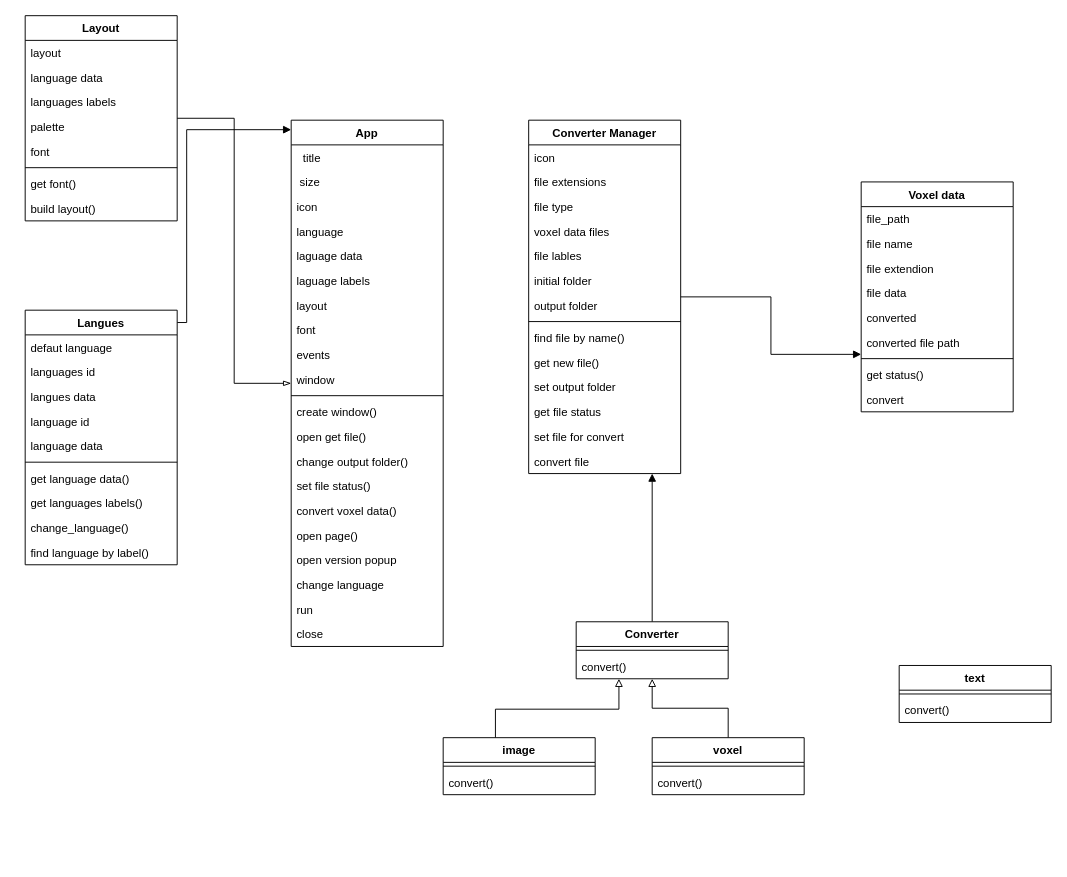
The draw.io diagram diagrams/class diagram.drawio in NunoLima10/Mini-World-Auto-Builder, before the edit. Source tidied: cells renumbered, new cells numbered last; positions are measured from the earlier drawing's top-left corner, leaving out a move shared by most shapes. Both pictures are drawn from the tidied source at 95%, with x=0, y=0 at pixel (25, 15).
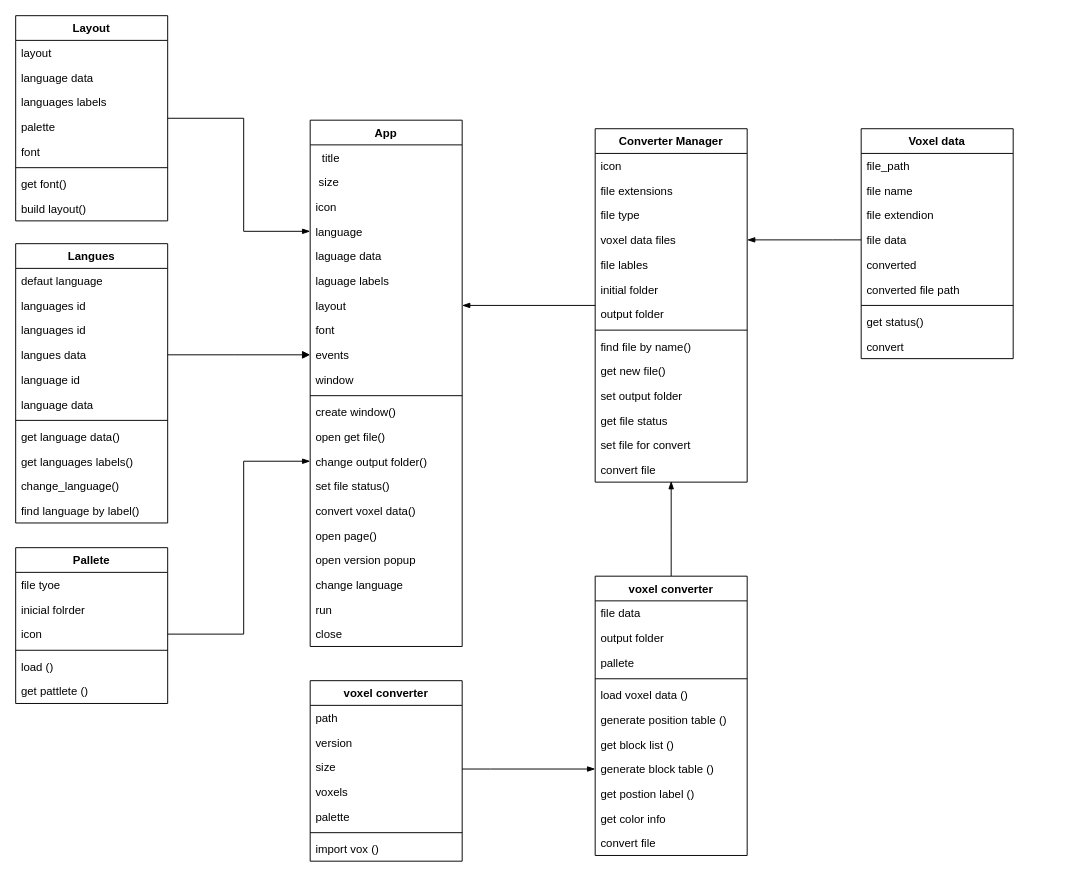
The same page after the edit.

The change refers to these unchanged cells:
```xml
<mxCell id="6" value="language" style="text;strokeColor=none;fillColor=none;align=left;verticalAlign=top;spacingLeft=4;spacingRight=4;overflow=hidden;points=[[0,0.5],[1,0.5]];portConstraint=eastwest;" parent="2" vertex="1">
  <mxGeometry y="104" width="160" height="26" as="geometry" />
</mxCell>
<mxCell id="9" value="layout&#10;" style="text;strokeColor=none;fillColor=none;align=left;verticalAlign=top;spacingLeft=4;spacingRight=4;overflow=hidden;points=[[0,0.5],[1,0.5]];portConstraint=eastwest;" parent="2" vertex="1">
  <mxGeometry y="182" width="160" height="26" as="geometry" />
</mxCell>
<mxCell id="11" value="events" style="text;strokeColor=none;fillColor=none;align=left;verticalAlign=top;spacingLeft=4;spacingRight=4;overflow=hidden;points=[[0,0.5],[1,0.5]];portConstraint=eastwest;" parent="2" vertex="1">
  <mxGeometry y="234" width="160" height="26" as="geometry" />
</mxCell>
<mxCell id="16" value="change output folder()" style="text;strokeColor=none;fillColor=none;align=left;verticalAlign=top;spacingLeft=4;spacingRight=4;overflow=hidden;points=[[0,0.5],[1,0.5]];portConstraint=eastwest;" parent="2" vertex="1">
  <mxGeometry y="346" width="160" height="26" as="geometry" />
</mxCell>
<mxCell id="39" value="voxel data files" style="text;strokeColor=none;fillColor=none;align=left;verticalAlign=top;spacingLeft=4;spacingRight=4;overflow=hidden;points=[[0,0.5],[1,0.5]];portConstraint=eastwest;" parent="35" vertex="1">
  <mxGeometry y="104" width="160" height="26" as="geometry" />
</mxCell>
```

Change to the diagram source:
```diff
@@
     <mxCell id="2" value="App" style="swimlane;fontStyle=1;align=center;verticalAlign=top;horizontal=1;startSize=26;" parent="1" vertex="1">
-      <mxGeometry x="280" y="110" width="160" height="554" as="geometry" />
+      <mxGeometry x="300" y="110" width="160" height="554" as="geometry" />
     </mxCell>
@@
+    <mxCell id="87" style="edgeStyle=orthogonalEdgeStyle;rounded=0;jettySize=auto;html=1;entryX=1;entryY=0.5;entryDx=0;entryDy=0;endArrow=blockThin;endFill=1;" parent="1" edge="1" source="24" target="39">
+      <mxGeometry relative="1" as="geometry">
+        <Array as="points">
+          <mxPoint x="850" y="236" />
+          <mxPoint x="850" y="236" />
+        </Array>
+      </mxGeometry>
+    </mxCell>
     <mxCell id="24" value="Voxel data" style="swimlane;fontStyle=1;align=center;verticalAlign=top;horizontal=1;startSize=26;" parent="1" vertex="1">
-      <mxGeometry x="880" y="175" width="160" height="242" as="geometry" />
+      <mxGeometry x="880" y="119" width="160" height="242" as="geometry" />
     </mxCell>
@@
-    <mxCell id="34" style="edgeStyle=orthogonalEdgeStyle;rounded=0;jettySize=auto;html=1;entryX=0;entryY=0.75;entryDx=0;entryDy=0;endArrow=block;endFill=1;" parent="1" edge="1" source="35" target="24">
-      <mxGeometry relative="1" as="geometry" />
-    </mxCell>
+    <mxCell id="88" style="edgeStyle=orthogonalEdgeStyle;rounded=0;jettySize=auto;html=1;endArrow=blockThin;endFill=1;" parent="1" edge="1" source="35" target="9">
+      <mxGeometry relative="1" as="geometry" />
+    </mxCell>
     <mxCell id="35" value="Converter Manager" style="swimlane;fontStyle=1;align=center;verticalAlign=top;horizontal=1;startSize=26;" parent="1" vertex="1">
-      <mxGeometry x="530" y="110" width="160" height="372" as="geometry" />
+      <mxGeometry x="600" y="119" width="160" height="372" as="geometry" />
     </mxCell>
@@
-    <mxCell id="50" style="edgeStyle=orthogonalEdgeStyle;rounded=0;jettySize=auto;html=1;entryX=0;entryY=0.5;entryDx=0;entryDy=0;endArrow=blockThin;endFill=0;" parent="1" edge="1" source="51" target="2">
-      <mxGeometry relative="1" as="geometry" />
+    <mxCell id="50" style="edgeStyle=orthogonalEdgeStyle;rounded=0;jettySize=auto;html=1;endArrow=blockThin;endFill=1;entryX=0;entryY=0.5;entryDx=0;entryDy=0;" parent="1" edge="1" source="51" target="6">
+      <mxGeometry relative="1" as="geometry">
+        <Array as="points">
+          <mxPoint x="230" y="108" />
+          <mxPoint x="230" y="227" />
+        </Array>
+      </mxGeometry>
     </mxCell>
     <mxCell id="51" value="Layout" style="swimlane;fontStyle=1;align=center;verticalAlign=top;horizontal=1;startSize=26;" parent="1" vertex="1">
-      <mxGeometry width="160" height="216" as="geometry" />
+      <mxGeometry x="-10" width="160" height="216" as="geometry" />
     </mxCell>
@@
-    <mxCell id="60" style="edgeStyle=orthogonalEdgeStyle;rounded=0;jettySize=auto;html=1;endArrow=block;endFill=1;" parent="1" edge="1" source="61">
+    <mxCell id="60" style="edgeStyle=orthogonalEdgeStyle;rounded=0;jettySize=auto;html=1;endArrow=block;endFill=1;entryX=0;entryY=0.5;entryDx=0;entryDy=0;" parent="1" edge="1" source="61" target="11">
       <mxGeometry relative="1" as="geometry">
-        <mxPoint x="280" y="120" as="targetPoint" />
         <Array as="points">
-          <mxPoint x="170" y="323" />
-          <mxPoint x="170" y="120" />
+          <mxPoint x="220" y="357" />
+          <mxPoint x="220" y="357" />
         </Array>
       </mxGeometry>
     </mxCell>
     <mxCell id="61" value="Langues" style="swimlane;fontStyle=1;align=center;verticalAlign=top;horizontal=1;startSize=26;" parent="1" vertex="1">
-      <mxGeometry y="310" width="160" height="268" as="geometry" />
+      <mxGeometry x="-10" y="240" width="160" height="294" as="geometry" />
     </mxCell>
@@
+    <mxCell id="89" value="languages id" style="text;strokeColor=none;fillColor=none;align=left;verticalAlign=top;spacingLeft=4;spacingRight=4;overflow=hidden;" parent="61" vertex="1">
+      <mxGeometry y="78" width="160" height="26" as="geometry" />
+    </mxCell>
     <mxCell id="64" value="langues data" style="text;strokeColor=none;fillColor=none;align=left;verticalAlign=top;spacingLeft=4;spacingRight=4;overflow=hidden;" parent="61" vertex="1">
-      <mxGeometry y="78" width="160" height="26" as="geometry" />
+      <mxGeometry y="104" width="160" height="26" as="geometry" />
     </mxCell>
     <mxCell id="65" value="language id" style="text;strokeColor=none;fillColor=none;align=left;verticalAlign=top;spacingLeft=4;spacingRight=4;overflow=hidden;" parent="61" vertex="1">
-      <mxGeometry y="104" width="160" height="26" as="geometry" />
+      <mxGeometry y="130" width="160" height="26" as="geometry" />
     </mxCell>
     <mxCell id="66" value="language data" style="text;strokeColor=none;fillColor=none;align=left;verticalAlign=top;spacingLeft=4;spacingRight=4;overflow=hidden;" parent="61" vertex="1">
-      <mxGeometry y="130" width="160" height="26" as="geometry" />
+      <mxGeometry y="156" width="160" height="26" as="geometry" />
     </mxCell>
     <mxCell id="67" style="line;strokeWidth=1;fillColor=none;align=left;verticalAlign=middle;spacingTop=-1;spacingLeft=3;spacingRight=3;labelPosition=right;" parent="61" vertex="1">
-      <mxGeometry y="156" width="160" height="8" as="geometry" />
+      <mxGeometry y="182" width="160" height="8" as="geometry" />
     </mxCell>
     <mxCell id="68" value="get language data()" style="text;strokeColor=none;fillColor=none;align=left;verticalAlign=top;spacingLeft=4;spacingRight=4;overflow=hidden;" parent="61" vertex="1">
-      <mxGeometry y="164" width="160" height="26" as="geometry" />
+      <mxGeometry y="190" width="160" height="26" as="geometry" />
     </mxCell>
     <mxCell id="69" value="get languages labels()" style="text;strokeColor=none;fillColor=none;align=left;verticalAlign=top;spacingLeft=4;spacingRight=4;overflow=hidden;" parent="61" vertex="1">
-      <mxGeometry y="190" width="160" height="26" as="geometry" />
+      <mxGeometry y="216" width="160" height="26" as="geometry" />
     </mxCell>
     <mxCell id="70" value="change_language()" style="text;strokeColor=none;fillColor=none;align=left;verticalAlign=top;spacingLeft=4;spacingRight=4;overflow=hidden;" parent="61" vertex="1">
-      <mxGeometry y="216" width="160" height="26" as="geometry" />
+      <mxGeometry y="242" width="160" height="26" as="geometry" />
     </mxCell>
     <mxCell id="71" value="find language by label()" style="text;strokeColor=none;fillColor=none;align=left;verticalAlign=top;spacingLeft=4;spacingRight=4;overflow=hidden;" parent="61" vertex="1">
-      <mxGeometry y="242" width="160" height="26" as="geometry" />
+      <mxGeometry y="268" width="160" height="26" as="geometry" />
     </mxCell>
-    <mxCell id="72" style="edgeStyle=orthogonalEdgeStyle;rounded=0;jettySize=auto;html=1;endArrow=block;endFill=1;" parent="1" edge="1" source="73" target="35">
-      <mxGeometry relative="1" as="geometry">
-        <Array as="points">
-          <mxPoint x="600" y="260" />
-          <mxPoint x="600" y="260" />
-        </Array>
-      </mxGeometry>
-    </mxCell>
-    <mxCell id="73" value="Converter" style="swimlane;fontStyle=1;align=center;verticalAlign=top;horizontal=1;startSize=26;" parent="1" vertex="1">
-      <mxGeometry x="580" y="638" width="160" height="60" as="geometry" />
-    </mxCell>
-    <mxCell id="74" style="line;strokeWidth=1;fillColor=none;align=left;verticalAlign=middle;spacingTop=-1;spacingLeft=3;spacingRight=3;labelPosition=right;" parent="73" vertex="1">
-      <mxGeometry y="26" width="160" height="8" as="geometry" />
-    </mxCell>
-    <mxCell id="75" value="convert()" style="text;strokeColor=none;fillColor=none;align=left;verticalAlign=top;spacingLeft=4;spacingRight=4;overflow=hidden;points=[[0,0.5],[1,0.5]];portConstraint=eastwest;" parent="73" vertex="1">
-      <mxGeometry y="34" width="160" height="26" as="geometry" />
-    </mxCell>
-    <mxCell id="76" style="edgeStyle=orthogonalEdgeStyle;rounded=0;jettySize=auto;html=1;endArrow=block;endFill=0;" parent="1" edge="1" source="77" target="75">
-      <mxGeometry relative="1" as="geometry">
-        <Array as="points">
-          <mxPoint x="495" y="730" />
-          <mxPoint x="625" y="730" />
-        </Array>
-      </mxGeometry>
-    </mxCell>
-    <mxCell id="77" value="image" style="swimlane;fontStyle=1;align=center;verticalAlign=top;horizontal=1;startSize=26;" parent="1" vertex="1">
-      <mxGeometry x="440" y="760" width="160" height="60" as="geometry" />
-    </mxCell>
-    <mxCell id="78" style="line;strokeWidth=1;fillColor=none;align=left;verticalAlign=middle;spacingTop=-1;spacingLeft=3;spacingRight=3;labelPosition=right;" parent="77" vertex="1">
-      <mxGeometry y="26" width="160" height="8" as="geometry" />
-    </mxCell>
+    <mxCell id="90" style="edgeStyle=orthogonalEdgeStyle;rounded=0;jettySize=auto;html=1;endArrow=blockThin;endFill=1;" parent="1" edge="1" source="81">
+      <mxGeometry relative="1" as="geometry">
+        <mxPoint x="680" y="490" as="targetPoint" />
+      </mxGeometry>
+    </mxCell>
+    <mxCell id="81" value="voxel converter" style="swimlane;fontStyle=1;align=center;verticalAlign=top;horizontal=1;startSize=26;" parent="1" vertex="1">
+      <mxGeometry x="600" y="590" width="160" height="294" as="geometry" />
+    </mxCell>
-    <mxCell id="79" value="convert()" style="text;strokeColor=none;fillColor=none;align=left;verticalAlign=top;spacingLeft=4;spacingRight=4;overflow=hidden;" parent="77" vertex="1">
-      <mxGeometry y="34" width="160" height="26" as="geometry" />
+    <mxCell id="79" value="file data" style="text;strokeColor=none;fillColor=none;align=left;verticalAlign=top;spacingLeft=4;spacingRight=4;overflow=hidden;" parent="81" vertex="1">
+      <mxGeometry y="26" width="160" height="26" as="geometry" />
     </mxCell>
-    <mxCell id="80" style="edgeStyle=orthogonalEdgeStyle;rounded=0;jettySize=auto;html=1;entryX=0.5;entryY=1;entryDx=0;entryDy=0;endArrow=block;endFill=0;" parent="1" edge="1" source="81" target="73">
-      <mxGeometry relative="1" as="geometry" />
-    </mxCell>
-    <mxCell id="81" value="voxel" style="swimlane;fontStyle=1;align=center;verticalAlign=top;horizontal=1;startSize=26;" parent="1" vertex="1">
-      <mxGeometry x="660" y="760" width="160" height="60" as="geometry" />
-    </mxCell>
+    <mxCell id="91" value="output folder" style="text;strokeColor=none;fillColor=none;align=left;verticalAlign=top;spacingLeft=4;spacingRight=4;overflow=hidden;" parent="81" vertex="1">
+      <mxGeometry y="52" width="160" height="26" as="geometry" />
+    </mxCell>
+    <mxCell id="92" value="pallete" style="text;strokeColor=none;fillColor=none;align=left;verticalAlign=top;spacingLeft=4;spacingRight=4;overflow=hidden;" parent="81" vertex="1">
+      <mxGeometry y="78" width="160" height="26" as="geometry" />
+    </mxCell>
     <mxCell id="82" style="line;strokeWidth=1;fillColor=none;align=left;verticalAlign=middle;spacingTop=-1;spacingLeft=3;spacingRight=3;labelPosition=right;" parent="81" vertex="1">
-      <mxGeometry y="26" width="160" height="8" as="geometry" />
+      <mxGeometry y="104" width="160" height="8" as="geometry" />
     </mxCell>
-    <mxCell id="83" value="convert()" style="text;strokeColor=none;fillColor=none;align=left;verticalAlign=top;spacingLeft=4;spacingRight=4;overflow=hidden;" parent="81" vertex="1">
-      <mxGeometry y="34" width="160" height="26" as="geometry" />
+    <mxCell id="83" value="load voxel data ()" style="text;strokeColor=none;fillColor=none;align=left;verticalAlign=top;spacingLeft=4;spacingRight=4;overflow=hidden;" parent="81" vertex="1">
+      <mxGeometry y="112" width="160" height="26" as="geometry" />
     </mxCell>
-    <mxCell id="84" value="text" style="swimlane;fontStyle=1;align=center;verticalAlign=top;horizontal=1;startSize=26;" parent="1" vertex="1">
-      <mxGeometry x="920" y="684" width="160" height="60" as="geometry" />
-    </mxCell>
-    <mxCell id="85" style="line;strokeWidth=1;fillColor=none;align=left;verticalAlign=middle;spacingTop=-1;spacingLeft=3;spacingRight=3;labelPosition=right;" parent="84" vertex="1">
-      <mxGeometry y="26" width="160" height="8" as="geometry" />
-    </mxCell>
-    <mxCell id="86" value="convert()" style="text;strokeColor=none;fillColor=none;align=left;verticalAlign=top;spacingLeft=4;spacingRight=4;overflow=hidden;" parent="84" vertex="1">
-      <mxGeometry y="34" width="160" height="26" as="geometry" />
-    </mxCell>
+    <mxCell id="93" value="generate position table ()" style="text;strokeColor=none;fillColor=none;align=left;verticalAlign=top;spacingLeft=4;spacingRight=4;overflow=hidden;" parent="81" vertex="1">
+      <mxGeometry y="138" width="160" height="26" as="geometry" />
+    </mxCell>
+    <mxCell id="94" value="get block list () " style="text;strokeColor=none;fillColor=none;align=left;verticalAlign=top;spacingLeft=4;spacingRight=4;overflow=hidden;" parent="81" vertex="1">
+      <mxGeometry y="164" width="160" height="26" as="geometry" />
+    </mxCell>
+    <mxCell id="95" value="generate block table ()" style="text;strokeColor=none;fillColor=none;align=left;verticalAlign=top;spacingLeft=4;spacingRight=4;overflow=hidden;points=[[0,0.5],[1,0.5]];portConstraint=eastwest;" parent="81" vertex="1">
+      <mxGeometry y="190" width="160" height="26" as="geometry" />
+    </mxCell>
+    <mxCell id="96" value="get postion label ()" style="text;strokeColor=none;fillColor=none;align=left;verticalAlign=top;spacingLeft=4;spacingRight=4;overflow=hidden;" parent="81" vertex="1">
+      <mxGeometry y="216" width="160" height="26" as="geometry" />
+    </mxCell>
+    <mxCell id="97" value="get color info" style="text;strokeColor=none;fillColor=none;align=left;verticalAlign=top;spacingLeft=4;spacingRight=4;overflow=hidden;" parent="81" vertex="1">
+      <mxGeometry y="242" width="160" height="26" as="geometry" />
+    </mxCell>
+    <mxCell id="98" value="convert file" style="text;strokeColor=none;fillColor=none;align=left;verticalAlign=top;spacingLeft=4;spacingRight=4;overflow=hidden;" parent="81" vertex="1">
+      <mxGeometry y="268" width="160" height="26" as="geometry" />
+    </mxCell>
+    <mxCell id="99" value="Pallete" style="swimlane;fontStyle=1;align=center;verticalAlign=top;horizontal=1;startSize=26;" parent="1" vertex="1">
+      <mxGeometry x="-10" y="560" width="160" height="164" as="geometry" />
+    </mxCell>
+    <mxCell id="100" value="file tyoe" style="text;strokeColor=none;fillColor=none;align=left;verticalAlign=top;spacingLeft=4;spacingRight=4;overflow=hidden;" parent="99" vertex="1">
+      <mxGeometry y="26" width="160" height="26" as="geometry" />
+    </mxCell>
+    <mxCell id="101" value="inicial folrder" style="text;strokeColor=none;fillColor=none;align=left;verticalAlign=top;spacingLeft=4;spacingRight=4;overflow=hidden;" parent="99" vertex="1">
+      <mxGeometry y="52" width="160" height="26" as="geometry" />
+    </mxCell>
+    <mxCell id="102" value="icon" style="text;strokeColor=none;fillColor=none;align=left;verticalAlign=top;spacingLeft=4;spacingRight=4;overflow=hidden;points=[[0,0.5],[1,0.5]];portConstraint=eastwest;" parent="99" vertex="1">
+      <mxGeometry y="78" width="160" height="26" as="geometry" />
+    </mxCell>
+    <mxCell id="103" style="line;strokeWidth=1;fillColor=none;align=left;verticalAlign=middle;spacingTop=-1;spacingLeft=3;spacingRight=3;labelPosition=right;" parent="99" vertex="1">
+      <mxGeometry y="104" width="160" height="8" as="geometry" />
+    </mxCell>
+    <mxCell id="104" value="load ()" style="text;strokeColor=none;fillColor=none;align=left;verticalAlign=top;spacingLeft=4;spacingRight=4;overflow=hidden;" parent="99" vertex="1">
+      <mxGeometry y="112" width="160" height="26" as="geometry" />
+    </mxCell>
+    <mxCell id="105" value="get pattlete ()" style="text;strokeColor=none;fillColor=none;align=left;verticalAlign=top;spacingLeft=4;spacingRight=4;overflow=hidden;" parent="99" vertex="1">
+      <mxGeometry y="138" width="160" height="26" as="geometry" />
+    </mxCell>
+    <mxCell id="106" style="edgeStyle=orthogonalEdgeStyle;rounded=0;jettySize=auto;html=1;endArrow=blockThin;endFill=1;" parent="1" edge="1" source="102" target="16">
+      <mxGeometry relative="1" as="geometry">
+        <Array as="points">
+          <mxPoint x="230" y="651" />
+          <mxPoint x="230" y="469" />
+        </Array>
+      </mxGeometry>
+    </mxCell>
+    <mxCell id="107" style="edgeStyle=orthogonalEdgeStyle;rounded=0;jettySize=auto;html=1;entryX=0;entryY=0.5;entryDx=0;entryDy=0;endArrow=blockThin;endFill=1;" parent="1" edge="1" source="108" target="95">
+      <mxGeometry relative="1" as="geometry">
+        <Array as="points">
+          <mxPoint x="490" y="793" />
+          <mxPoint x="490" y="793" />
+        </Array>
+      </mxGeometry>
+    </mxCell>
+    <mxCell id="108" value="voxel converter" style="swimlane;fontStyle=1;align=center;verticalAlign=top;horizontal=1;startSize=26;" parent="1" vertex="1">
+      <mxGeometry x="300" y="700" width="160" height="190" as="geometry" />
+    </mxCell>
+    <mxCell id="109" value="path" style="text;strokeColor=none;fillColor=none;align=left;verticalAlign=top;spacingLeft=4;spacingRight=4;overflow=hidden;" parent="108" vertex="1">
+      <mxGeometry y="26" width="160" height="26" as="geometry" />
+    </mxCell>
+    <mxCell id="110" value="version" style="text;strokeColor=none;fillColor=none;align=left;verticalAlign=top;spacingLeft=4;spacingRight=4;overflow=hidden;" parent="108" vertex="1">
+      <mxGeometry y="52" width="160" height="26" as="geometry" />
+    </mxCell>
+    <mxCell id="111" value="size" style="text;strokeColor=none;fillColor=none;align=left;verticalAlign=top;spacingLeft=4;spacingRight=4;overflow=hidden;" parent="108" vertex="1">
+      <mxGeometry y="78" width="160" height="26" as="geometry" />
+    </mxCell>
+    <mxCell id="112" value="voxels" style="text;strokeColor=none;fillColor=none;align=left;verticalAlign=top;spacingLeft=4;spacingRight=4;overflow=hidden;" parent="108" vertex="1">
+      <mxGeometry y="104" width="160" height="26" as="geometry" />
+    </mxCell>
+    <mxCell id="113" value="palette" style="text;strokeColor=none;fillColor=none;align=left;verticalAlign=top;spacingLeft=4;spacingRight=4;overflow=hidden;" parent="108" vertex="1">
+      <mxGeometry y="130" width="160" height="26" as="geometry" />
+    </mxCell>
+    <mxCell id="114" style="line;strokeWidth=1;fillColor=none;align=left;verticalAlign=middle;spacingTop=-1;spacingLeft=3;spacingRight=3;labelPosition=right;" parent="108" vertex="1">
+      <mxGeometry y="156" width="160" height="8" as="geometry" />
+    </mxCell>
+    <mxCell id="115" value="import vox ()" style="text;strokeColor=none;fillColor=none;align=left;verticalAlign=top;spacingLeft=4;spacingRight=4;overflow=hidden;" parent="108" vertex="1">
+      <mxGeometry y="164" width="160" height="26" as="geometry" />
+    </mxCell>
```
